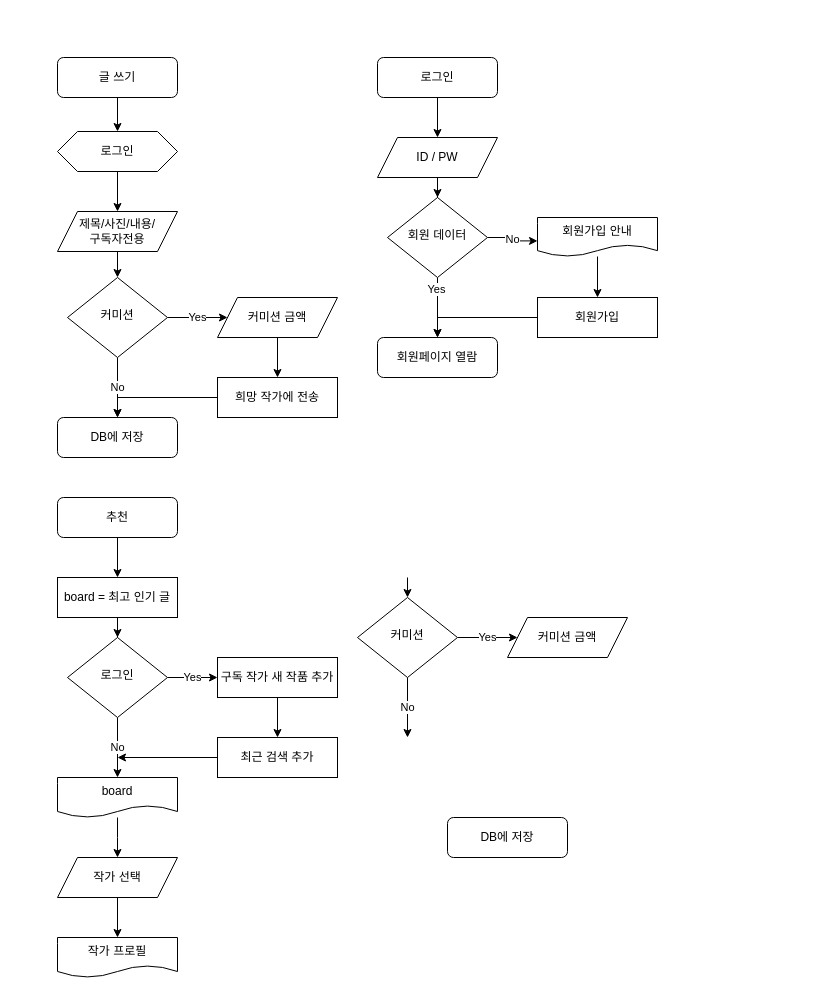
dnjsrl132/barogrim keeps this draw.io diagram as draw/flowchart.drawio. Above is the earlier version. Source tidied: cells renumbered, new cells numbered last; positions are measured from the earlier drawing's top-left corner, leaving out a move shared by most shapes. Both pictures are drawn from the tidied source at 100%, with x=0, y=0 at pixel (57, 57).
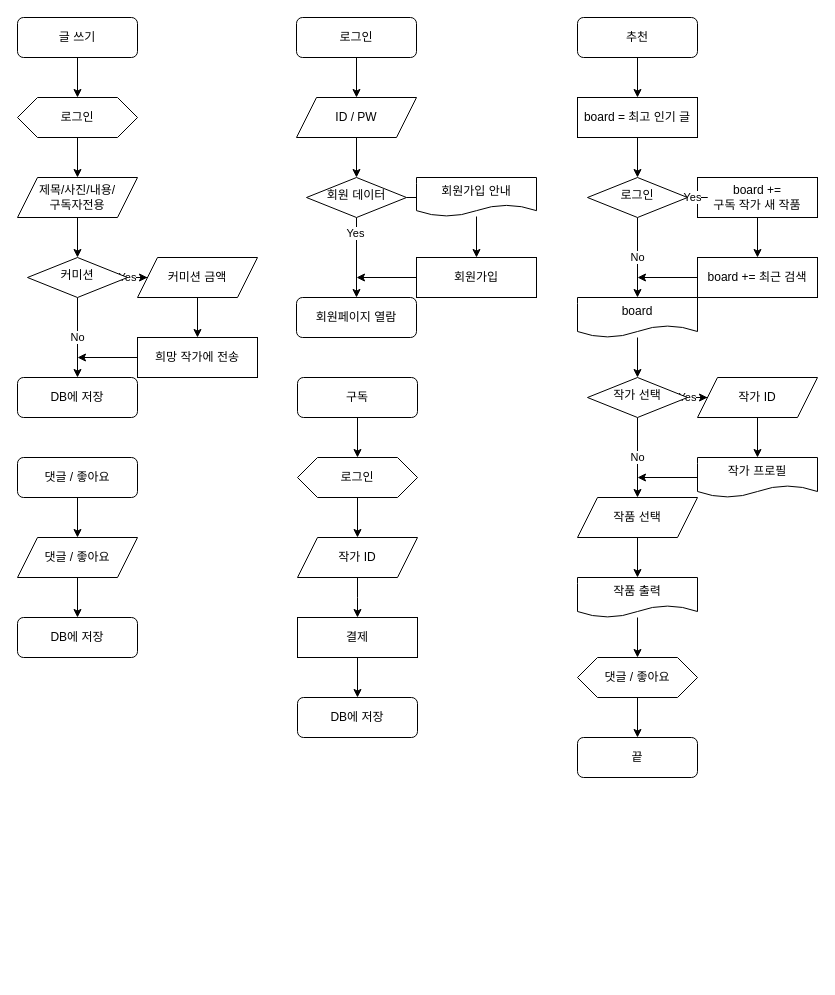
After the change.

Diff of the diagram source:
```diff
@@
     <mxCell id="3" value="글 쓰기" style="rounded=1;whiteSpace=wrap;html=1;fontSize=12;glass=0;strokeWidth=1;shadow=0;" parent="1" vertex="1">
-      <mxGeometry width="120" height="40" as="geometry" />
+      <mxGeometry x="-40" y="-40" width="120" height="40" as="geometry" />
     </mxCell>
@@
     <mxCell id="6" value="커미션" style="rhombus;whiteSpace=wrap;html=1;shadow=0;fontFamily=Helvetica;fontSize=12;align=center;strokeWidth=1;spacing=6;spacingTop=-4;" parent="1" vertex="1">
-      <mxGeometry x="10" y="220" width="100" height="80" as="geometry" />
+      <mxGeometry x="-30" y="200" width="100" height="40" as="geometry" />
     </mxCell>
     <mxCell id="7" value="DB에 저장" style="rounded=1;whiteSpace=wrap;html=1;fontSize=12;glass=0;strokeWidth=1;shadow=0;" parent="1" vertex="1">
-      <mxGeometry y="360" width="120" height="40" as="geometry" />
+      <mxGeometry x="-40" y="320" width="120" height="40" as="geometry" />
     </mxCell>
@@
     <mxCell id="9" value="로그인" style="shape=hexagon;perimeter=hexagonPerimeter2;whiteSpace=wrap;html=1;fixedSize=1;" parent="1" vertex="1">
-      <mxGeometry y="74" width="120" height="40" as="geometry" />
+      <mxGeometry x="-40" y="40" width="120" height="40" as="geometry" />
     </mxCell>
@@
     <mxCell id="11" value="제목/사진/내용/&lt;br&gt;구독자전용" style="shape=parallelogram;perimeter=parallelogramPerimeter;whiteSpace=wrap;html=1;fixedSize=1;" parent="1" vertex="1">
-      <mxGeometry y="154" width="120" height="40" as="geometry" />
+      <mxGeometry x="-40" y="120" width="120" height="40" as="geometry" />
     </mxCell>
@@
-    <mxCell id="13" style="edgeStyle=orthogonalEdgeStyle;rounded=0;jettySize=auto;html=1;entryX=0.5;entryY=0;entryDx=0;entryDy=0;" parent="1" edge="1" source="14" target="7">
-      <mxGeometry relative="1" as="geometry" />
-    </mxCell>
+    <mxCell id="51" style="edgeStyle=orthogonalEdgeStyle;rounded=0;jettySize=auto;html=1;" parent="1" edge="1" source="14">
+      <mxGeometry relative="1" as="geometry">
+        <mxPoint x="20" y="300" as="targetPoint" />
+      </mxGeometry>
+    </mxCell>
     <mxCell id="14" value="희망 작가에 전송" style="rounded=0;whiteSpace=wrap;html=1;" parent="1" vertex="1">
-      <mxGeometry x="160" y="320" width="120" height="40" as="geometry" />
+      <mxGeometry x="80" y="280" width="120" height="40" as="geometry" />
     </mxCell>
     <mxCell id="15" value="로그인" style="rounded=1;whiteSpace=wrap;html=1;fontSize=12;glass=0;strokeWidth=1;shadow=0;" parent="1" vertex="1">
-      <mxGeometry x="320" width="120" height="40" as="geometry" />
+      <mxGeometry x="239" y="-40" width="120" height="40" as="geometry" />
     </mxCell>
@@
     <mxCell id="19" value="회원 데이터" style="rhombus;whiteSpace=wrap;html=1;shadow=0;fontFamily=Helvetica;fontSize=12;align=center;strokeWidth=1;spacing=6;spacingTop=-4;" parent="1" vertex="1">
-      <mxGeometry x="330" y="140" width="100" height="80" as="geometry" />
+      <mxGeometry x="249" y="120" width="100" height="40" as="geometry" />
     </mxCell>
     <mxCell id="20" value="회원페이지 열람" style="rounded=1;whiteSpace=wrap;html=1;fontSize=12;glass=0;strokeWidth=1;shadow=0;" parent="1" vertex="1">
-      <mxGeometry x="320" y="280" width="120" height="40" as="geometry" />
+      <mxGeometry x="239" y="240" width="120" height="40" as="geometry" />
     </mxCell>
@@
     <mxCell id="23" value="ID / PW" style="shape=parallelogram;perimeter=parallelogramPerimeter;whiteSpace=wrap;html=1;fixedSize=1;" parent="1" vertex="1">
-      <mxGeometry x="320" y="80" width="120" height="40" as="geometry" />
+      <mxGeometry x="239" y="40" width="120" height="40" as="geometry" />
     </mxCell>
-    <mxCell id="24" style="edgeStyle=orthogonalEdgeStyle;rounded=0;jettySize=auto;html=1;entryX=0.5;entryY=0;entryDx=0;entryDy=0;" parent="1" edge="1" source="25" target="20">
-      <mxGeometry relative="1" as="geometry" />
-    </mxCell>
+    <mxCell id="52" style="edgeStyle=orthogonalEdgeStyle;rounded=0;jettySize=auto;html=1;" parent="1" edge="1" source="25">
+      <mxGeometry relative="1" as="geometry">
+        <mxPoint x="299" y="220" as="targetPoint" />
+      </mxGeometry>
+    </mxCell>
     <mxCell id="25" value="회원가입" style="rounded=0;whiteSpace=wrap;html=1;" parent="1" vertex="1">
-      <mxGeometry x="480" y="240" width="120" height="40" as="geometry" />
+      <mxGeometry x="359" y="200" width="120" height="40" as="geometry" />
     </mxCell>
     <mxCell id="26" value="커미션 금액" style="shape=parallelogram;perimeter=parallelogramPerimeter;whiteSpace=wrap;html=1;fixedSize=1;" parent="1" vertex="1">
-      <mxGeometry x="160" y="240" width="120" height="40" as="geometry" />
+      <mxGeometry x="80" y="200" width="120" height="40" as="geometry" />
     </mxCell>
@@
     <mxCell id="28" value="회원가입 안내" style="shape=document;whiteSpace=wrap;html=1;boundedLbl=1;" parent="1" vertex="1">
-      <mxGeometry x="480" y="160" width="120" height="39" as="geometry" />
+      <mxGeometry x="359" y="120" width="120" height="39" as="geometry" />
     </mxCell>
     <mxCell id="29" value="추천" style="rounded=1;whiteSpace=wrap;html=1;fontSize=12;glass=0;strokeWidth=1;shadow=0;" parent="1" vertex="1">
-      <mxGeometry y="440" width="120" height="40" as="geometry" />
+      <mxGeometry x="520" y="-40" width="120" height="40" as="geometry" />
     </mxCell>
-    <mxCell id="30" value="Yes" style="edgeStyle=orthogonalEdgeStyle;rounded=0;jettySize=auto;html=1;entryX=0;entryY=0.5;entryDx=0;entryDy=0;" parent="1" edge="1" source="32" target="37">
+    <mxCell id="30" value="Yes" style="edgeStyle=orthogonalEdgeStyle;rounded=0;jettySize=auto;html=1;entryX=0;entryY=0.5;entryDx=0;entryDy=0;" parent="1" edge="1" source="32" target="49">
       <mxGeometry relative="1" as="geometry" />
     </mxCell>
     <mxCell id="31" value="No" style="edgeStyle=orthogonalEdgeStyle;rounded=0;jettySize=auto;html=1;entryX=0.5;entryY=0;entryDx=0;entryDy=0;" parent="1" edge="1" source="32">
       <mxGeometry relative="1" as="geometry">
-        <mxPoint x="350" y="680" as="targetPoint" />
+        <mxPoint x="580" y="440" as="targetPoint" />
       </mxGeometry>
     </mxCell>
-    <mxCell id="32" value="커미션" style="rhombus;whiteSpace=wrap;html=1;shadow=0;fontFamily=Helvetica;fontSize=12;align=center;strokeWidth=1;spacing=6;spacingTop=-4;" parent="1" vertex="1">
-      <mxGeometry x="300" y="540" width="100" height="80" as="geometry" />
+    <mxCell id="32" value="작가 선택" style="rhombus;whiteSpace=wrap;html=1;shadow=0;fontFamily=Helvetica;fontSize=12;align=center;strokeWidth=1;spacing=6;spacingTop=-4;" parent="1" vertex="1">
+      <mxGeometry x="530" y="320" width="100" height="40" as="geometry" />
     </mxCell>
-    <mxCell id="33" value="DB에 저장" style="rounded=1;whiteSpace=wrap;html=1;fontSize=12;glass=0;strokeWidth=1;shadow=0;" parent="1" vertex="1">
-      <mxGeometry x="390" y="760" width="120" height="40" as="geometry" />
-    </mxCell>
-    <mxCell id="34" style="edgeStyle=orthogonalEdgeStyle;rounded=0;jettySize=auto;html=1;entryX=0.5;entryY=0;entryDx=0;entryDy=0;" parent="1" edge="1" target="32">
-      <mxGeometry relative="1" as="geometry">
-        <mxPoint x="350" y="520" as="sourcePoint" />
-      </mxGeometry>
-    </mxCell>
@@
-    <mxCell id="36" value="구독 작가 새 작품 추가" style="rounded=0;whiteSpace=wrap;html=1;" parent="1" vertex="1">
-      <mxGeometry x="160" y="600" width="120" height="40" as="geometry" />
+    <mxCell id="36" value="board +=&lt;br&gt;구독 작가 새 작품" style="rounded=0;whiteSpace=wrap;html=1;" parent="1" vertex="1">
+      <mxGeometry x="640" y="120" width="120" height="40" as="geometry" />
     </mxCell>
+    <mxCell id="53" style="edgeStyle=orthogonalEdgeStyle;rounded=0;jettySize=auto;html=1;entryX=0.5;entryY=0;entryDx=0;entryDy=0;" parent="1" edge="1" source="37" target="57">
+      <mxGeometry relative="1" as="geometry" />
+    </mxCell>
-    <mxCell id="37" value="커미션 금액" style="shape=parallelogram;perimeter=parallelogramPerimeter;whiteSpace=wrap;html=1;fixedSize=1;" parent="1" vertex="1">
-      <mxGeometry x="450" y="560" width="120" height="40" as="geometry" />
+    <mxCell id="37" value="작품 선택" style="shape=parallelogram;perimeter=parallelogramPerimeter;whiteSpace=wrap;html=1;fixedSize=1;" parent="1" vertex="1">
+      <mxGeometry x="520" y="440" width="120" height="40" as="geometry" />
     </mxCell>
@@
     <mxCell id="40" value="board = 최고 인기 글" style="rounded=0;whiteSpace=wrap;html=1;" parent="1" vertex="1">
-      <mxGeometry y="520" width="120" height="40" as="geometry" />
+      <mxGeometry x="520" y="40" width="120" height="40" as="geometry" />
     </mxCell>
@@
     <mxCell id="42" value="No" style="edgeStyle=orthogonalEdgeStyle;rounded=0;jettySize=auto;html=1;" parent="1" edge="1" source="43">
       <mxGeometry relative="1" as="geometry">
-        <mxPoint x="60" y="720" as="targetPoint" />
+        <mxPoint x="580" y="240" as="targetPoint" />
       </mxGeometry>
     </mxCell>
     <mxCell id="43" value="로그인" style="rhombus;whiteSpace=wrap;html=1;shadow=0;fontFamily=Helvetica;fontSize=12;align=center;strokeWidth=1;spacing=6;spacingTop=-4;" parent="1" vertex="1">
-      <mxGeometry x="10" y="580" width="100" height="80" as="geometry" />
+      <mxGeometry x="530" y="120" width="100" height="40" as="geometry" />
     </mxCell>
     <mxCell id="44" style="edgeStyle=orthogonalEdgeStyle;rounded=0;jettySize=auto;html=1;" parent="1" edge="1" source="45">
       <mxGeometry relative="1" as="geometry">
-        <mxPoint x="60" y="700" as="targetPoint" />
+        <mxPoint x="580" y="220" as="targetPoint" />
       </mxGeometry>
     </mxCell>
-    <mxCell id="45" value="최근 검색 추가" style="rounded=0;whiteSpace=wrap;html=1;" parent="1" vertex="1">
-      <mxGeometry x="160" y="680" width="120" height="40" as="geometry" />
+    <mxCell id="45" value="board += 최근 검색" style="rounded=0;whiteSpace=wrap;html=1;" parent="1" vertex="1">
+      <mxGeometry x="640" y="200" width="120" height="40" as="geometry" />
     </mxCell>
-    <mxCell id="46" style="edgeStyle=orthogonalEdgeStyle;rounded=0;jettySize=auto;html=1;" parent="1" edge="1" source="47">
-      <mxGeometry relative="1" as="geometry">
-        <mxPoint x="60" y="800" as="targetPoint" />
-      </mxGeometry>
-    </mxCell>
+    <mxCell id="54" style="edgeStyle=orthogonalEdgeStyle;rounded=0;jettySize=auto;html=1;entryX=0.5;entryY=0;entryDx=0;entryDy=0;" parent="1" edge="1" source="47" target="32">
+      <mxGeometry relative="1" as="geometry" />
+    </mxCell>
     <mxCell id="47" value="board" style="shape=document;whiteSpace=wrap;html=1;boundedLbl=1;" parent="1" vertex="1">
-      <mxGeometry y="720" width="120" height="40" as="geometry" />
+      <mxGeometry x="520" y="240" width="120" height="40" as="geometry" />
     </mxCell>
@@
-    <mxCell id="49" value="작가 선택" style="shape=parallelogram;perimeter=parallelogramPerimeter;whiteSpace=wrap;html=1;fixedSize=1;" parent="1" vertex="1">
-      <mxGeometry y="800" width="120" height="40" as="geometry" />
+    <mxCell id="49" value="작가 ID" style="shape=parallelogram;perimeter=parallelogramPerimeter;whiteSpace=wrap;html=1;fixedSize=1;" parent="1" vertex="1">
+      <mxGeometry x="640" y="320" width="120" height="40" as="geometry" />
     </mxCell>
+    <mxCell id="55" style="edgeStyle=orthogonalEdgeStyle;rounded=0;jettySize=auto;html=1;" parent="1" edge="1" source="50">
+      <mxGeometry relative="1" as="geometry">
+        <mxPoint x="580" y="420" as="targetPoint" />
+      </mxGeometry>
+    </mxCell>
     <mxCell id="50" value="작가 프로필" style="shape=document;whiteSpace=wrap;html=1;boundedLbl=1;" parent="1" vertex="1">
-      <mxGeometry y="880" width="120" height="40" as="geometry" />
+      <mxGeometry x="640" y="400" width="120" height="40" as="geometry" />
     </mxCell>
+    <mxCell id="56" style="edgeStyle=orthogonalEdgeStyle;rounded=0;jettySize=auto;html=1;entryX=0.5;entryY=0;entryDx=0;entryDy=0;" parent="1" edge="1" source="60" target="58">
+      <mxGeometry relative="1" as="geometry" />
+    </mxCell>
+    <mxCell id="57" value="작품 출력" style="shape=document;whiteSpace=wrap;html=1;boundedLbl=1;" parent="1" vertex="1">
+      <mxGeometry x="520" y="520" width="120" height="40" as="geometry" />
+    </mxCell>
+    <mxCell id="58" value="끝" style="rounded=1;whiteSpace=wrap;html=1;fontSize=12;glass=0;strokeWidth=1;shadow=0;" parent="1" vertex="1">
+      <mxGeometry x="520" y="680" width="120" height="40" as="geometry" />
+    </mxCell>
+    <mxCell id="59" style="edgeStyle=orthogonalEdgeStyle;rounded=0;jettySize=auto;html=1;entryX=0.5;entryY=0;entryDx=0;entryDy=0;" parent="1" edge="1" source="57" target="60">
+      <mxGeometry relative="1" as="geometry" />
+    </mxCell>
+    <mxCell id="60" value="댓글 / 좋아요" style="shape=hexagon;perimeter=hexagonPerimeter2;whiteSpace=wrap;html=1;fixedSize=1;" parent="1" vertex="1">
+      <mxGeometry x="520" y="600" width="120" height="40" as="geometry" />
+    </mxCell>
+    <mxCell id="61" value="댓글 / 좋아요" style="rounded=1;whiteSpace=wrap;html=1;fontSize=12;glass=0;strokeWidth=1;shadow=0;" parent="1" vertex="1">
+      <mxGeometry x="-40" y="400" width="120" height="40" as="geometry" />
+    </mxCell>
+    <mxCell id="62" value="DB에 저장" style="rounded=1;whiteSpace=wrap;html=1;fontSize=12;glass=0;strokeWidth=1;shadow=0;" parent="1" vertex="1">
+      <mxGeometry x="-40" y="560" width="120" height="40" as="geometry" />
+    </mxCell>
+    <mxCell id="63" style="edgeStyle=orthogonalEdgeStyle;rounded=0;jettySize=auto;html=1;entryX=0.5;entryY=0;entryDx=0;entryDy=0;exitX=0.5;exitY=1;exitDx=0;exitDy=0;" parent="1" edge="1" source="61" target="65">
+      <mxGeometry relative="1" as="geometry" />
+    </mxCell>
+    <mxCell id="64" style="edgeStyle=orthogonalEdgeStyle;rounded=0;jettySize=auto;html=1;" parent="1" edge="1" source="65" target="62">
+      <mxGeometry relative="1" as="geometry" />
+    </mxCell>
+    <mxCell id="65" value="댓글 / 좋아요" style="shape=parallelogram;perimeter=parallelogramPerimeter;whiteSpace=wrap;html=1;fixedSize=1;" parent="1" vertex="1">
+      <mxGeometry x="-40" y="480" width="120" height="40" as="geometry" />
+    </mxCell>
+    <mxCell id="66" style="edgeStyle=orthogonalEdgeStyle;rounded=0;jettySize=auto;html=1;" parent="1" edge="1" source="67" target="70">
+      <mxGeometry relative="1" as="geometry" />
+    </mxCell>
+    <mxCell id="67" value="구독" style="rounded=1;whiteSpace=wrap;html=1;fontSize=12;glass=0;strokeWidth=1;shadow=0;" parent="1" vertex="1">
+      <mxGeometry x="240" y="320" width="120" height="40" as="geometry" />
+    </mxCell>
+    <mxCell id="68" value="DB에 저장" style="rounded=1;whiteSpace=wrap;html=1;fontSize=12;glass=0;strokeWidth=1;shadow=0;" parent="1" vertex="1">
+      <mxGeometry x="240" y="640" width="120" height="40" as="geometry" />
+    </mxCell>
+    <mxCell id="69" style="edgeStyle=orthogonalEdgeStyle;rounded=0;jettySize=auto;html=1;entryX=0.5;entryY=0;entryDx=0;entryDy=0;" parent="1" edge="1" source="70" target="72">
+      <mxGeometry relative="1" as="geometry" />
+    </mxCell>
+    <mxCell id="70" value="로그인" style="shape=hexagon;perimeter=hexagonPerimeter2;whiteSpace=wrap;html=1;fixedSize=1;" parent="1" vertex="1">
+      <mxGeometry x="240" y="400" width="120" height="40" as="geometry" />
+    </mxCell>
+    <mxCell id="71" style="edgeStyle=orthogonalEdgeStyle;rounded=0;jettySize=auto;html=1;entryX=0.5;entryY=0;entryDx=0;entryDy=0;" parent="1" edge="1" source="72">
+      <mxGeometry relative="1" as="geometry">
+        <mxPoint x="300" y="560" as="targetPoint" />
+      </mxGeometry>
+    </mxCell>
+    <mxCell id="72" value="작가 ID" style="shape=parallelogram;perimeter=parallelogramPerimeter;whiteSpace=wrap;html=1;fixedSize=1;" parent="1" vertex="1">
+      <mxGeometry x="240" y="480" width="120" height="40" as="geometry" />
+    </mxCell>
+    <mxCell id="73" style="edgeStyle=orthogonalEdgeStyle;rounded=0;jettySize=auto;html=1;" parent="1" edge="1" source="74" target="68">
+      <mxGeometry relative="1" as="geometry" />
+    </mxCell>
+    <mxCell id="74" value="결제" style="rounded=0;whiteSpace=wrap;html=1;" parent="1" vertex="1">
+      <mxGeometry x="240" y="560" width="120" height="40" as="geometry" />
+    </mxCell>
```
